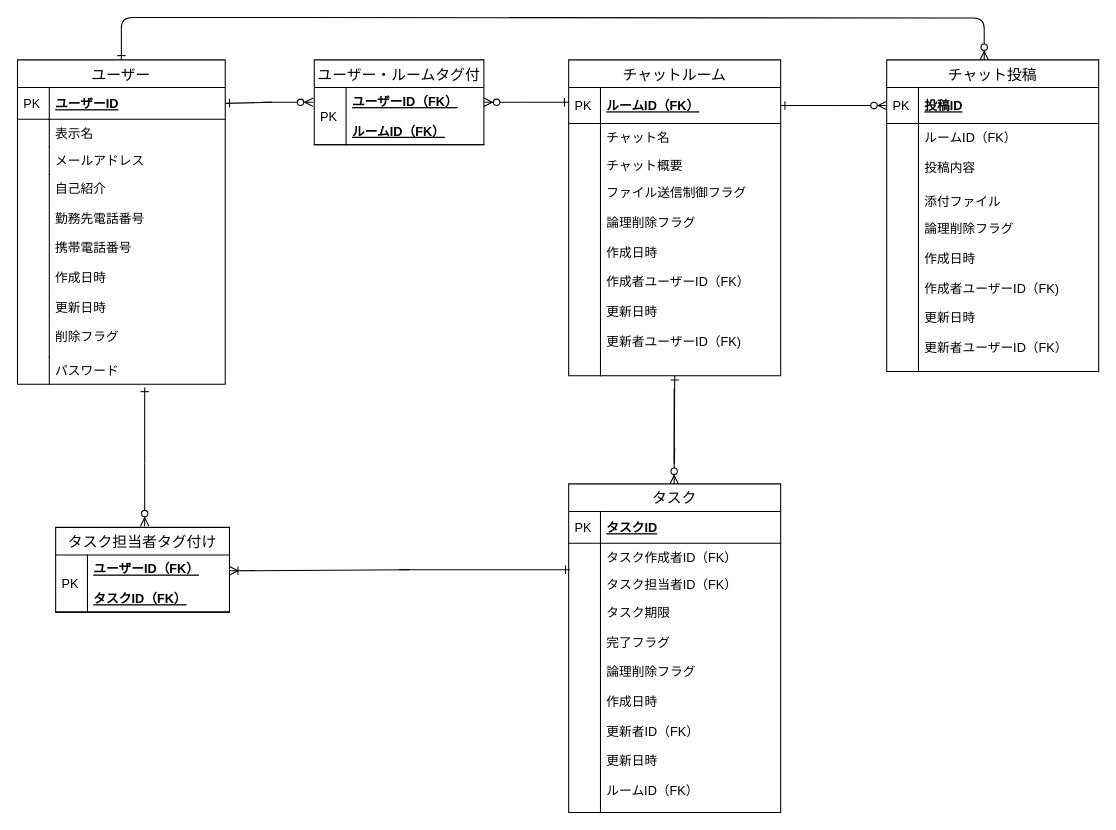
Earlier version of the draw.io diagram db/db-challenge1/chatwork.drawio (Yuta-KTD/quelcode-db). Source tidied: cells renumbered, new cells numbered last; positions are measured from the earlier drawing's top-left corner, leaving out a move shared by most shapes. Both pictures are drawn from the tidied source at 106%, with x=0, y=0 at pixel (17, 17).
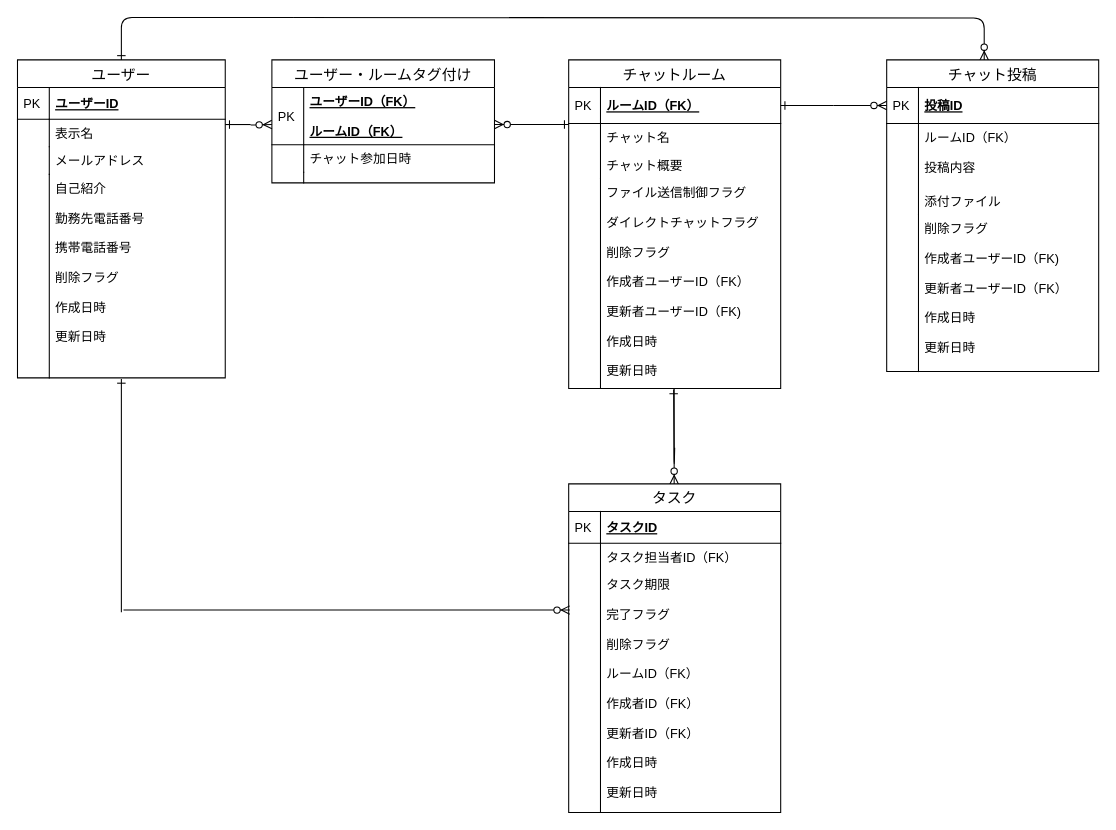
After the change.

Commit message:
指摘事項の修正を行いました。

Unchanged cells that the change refers to:
```xml
<mxCell id="12" value="チャット投稿" style="swimlane;fontStyle=0;horizontal=1;startSize=26;align=center;fontSize=14;" parent="1" vertex="1">
  <mxGeometry x="820" y="40" width="200" height="294" as="geometry" />
</mxCell>
<mxCell id="34" value="ユーザーID" style="shape=partialRectangle;top=0;left=0;right=0;bottom=1;align=left;verticalAlign=middle;fillColor=none;spacingLeft=34;spacingRight=4;overflow=hidden;points=[[0,0.5],[1,0.5]];portConstraint=eastwest;fontStyle=5;fontSize=12;" parent="33" vertex="1">
  <mxGeometry y="26" width="196" height="30" as="geometry" />
</mxCell>
<mxCell id="44" value="タスク" style="swimlane;fontStyle=0;horizontal=1;startSize=26;align=center;fontSize=14;" parent="1" vertex="1">
  <mxGeometry x="520" y="440" width="200" height="310" as="geometry" />
</mxCell>
```

Change to the diagram source:
```diff
@@
     <mxCell id="3" style="fontSize=12;html=1;endArrow=ERone;endFill=1;" parent="1" edge="1">
       <mxGeometry relative="1" as="geometry">
         <mxPoint x="620" y="406" as="sourcePoint" />
-        <mxPoint x="620" y="338" as="targetPoint" />
+        <mxPoint x="619" y="351" as="targetPoint" />
         <Array as="points">
           <mxPoint x="619.5" y="426" />
         </Array>
       </mxGeometry>
     </mxCell>
@@
-    <mxCell id="6" style="fontSize=12;html=1;endArrow=ERone;endFill=1;entryX=1;entryY=0.5;entryDx=0;entryDy=0;" parent="1" edge="1" target="34">
+    <mxCell id="6" style="fontSize=12;html=1;endArrow=ERone;endFill=1;" parent="1" edge="1">
       <mxGeometry relative="1" as="geometry">
-        <mxPoint x="240" y="80" as="sourcePoint" />
+        <mxPoint x="220" y="101" as="sourcePoint" />
+        <mxPoint x="196" y="101" as="targetPoint" />
       </mxGeometry>
     </mxCell>
     <mxCell id="7" style="fontSize=12;html=1;endArrow=ERzeroToMany;endFill=1;" parent="1" edge="1">
       <mxGeometry relative="1" as="geometry">
-        <mxPoint x="230" y="80" as="sourcePoint" />
-        <mxPoint x="279" y="80" as="targetPoint" />
+        <mxPoint x="220" y="101.5" as="sourcePoint" />
+        <mxPoint x="240" y="101" as="targetPoint" />
       </mxGeometry>
     </mxCell>
     <mxCell id="8" style="edgeStyle=orthogonalEdgeStyle;fontSize=12;html=1;endArrow=ERzeroToMany;endFill=1;" parent="1" edge="1">
       <mxGeometry relative="1" as="geometry">
-        <mxPoint x="480" y="80" as="sourcePoint" />
-        <mxPoint x="440" y="80" as="targetPoint" />
+        <mxPoint x="490" y="101" as="sourcePoint" />
+        <mxPoint x="450" y="101" as="targetPoint" />
       </mxGeometry>
     </mxCell>
     <mxCell id="9" style="fontSize=12;html=1;endArrow=ERone;endFill=1;" parent="1" edge="1">
       <mxGeometry relative="1" as="geometry">
-        <mxPoint x="480" y="80" as="sourcePoint" />
-        <mxPoint x="520" y="80" as="targetPoint" />
+        <mxPoint x="480" y="101" as="sourcePoint" />
+        <mxPoint x="520" y="101" as="targetPoint" />
       </mxGeometry>
     </mxCell>
@@
-    <mxCell id="19" value="論理削除フラグ&#10;&#10;作成日時&#10;&#10;作成者ユーザーID（FK)&#10;&#10;更新日時&#10;&#10;更新者ユーザーID（FK）" style="shape=partialRectangle;top=0;left=0;right=0;bottom=0;align=left;verticalAlign=top;fillColor=none;spacingLeft=34;spacingRight=4;overflow=hidden;fontSize=12;" parent="12" vertex="1">
+    <mxCell id="19" value="削除フラグ&#10;&#10;作成者ユーザーID（FK)&#10;&#10;更新者ユーザーID（FK）&#10;&#10;作成日時&#10;&#10;更新日時&#10;&#10;" style="shape=partialRectangle;top=0;left=0;right=0;bottom=0;align=left;verticalAlign=top;fillColor=none;spacingLeft=34;spacingRight=4;overflow=hidden;fontSize=12;" parent="12" vertex="1">
       <mxGeometry y="146" width="200" height="148" as="geometry" />
     </mxCell>
@@
     <mxCell id="21" value="チャットルーム" style="swimlane;fontStyle=0;horizontal=1;startSize=26;align=center;fontSize=14;" parent="1" vertex="1">
-      <mxGeometry x="520" y="40" width="200" height="298" as="geometry" />
+      <mxGeometry x="520" y="40" width="200" height="310" as="geometry" />
     </mxCell>
@@
-    <mxCell id="28" value="ファイル送信制御フラグ&#10;&#10;論理削除フラグ&#10;&#10;作成日時&#10;&#10;作成者ユーザーID（FK）&#10;&#10;更新日時&#10;&#10;更新者ユーザーID（FK)" style="shape=partialRectangle;top=0;left=0;right=0;bottom=0;align=left;verticalAlign=top;fillColor=none;spacingLeft=34;spacingRight=4;overflow=hidden;fontSize=12;" parent="21" vertex="1">
-      <mxGeometry y="112" width="200" height="186" as="geometry" />
+    <mxCell id="28" value="ファイル送信制御フラグ&#10;&#10;ダイレクトチャットフラグ&#10;&#10;削除フラグ&#10;&#10;作成者ユーザーID（FK）&#10;&#10;更新者ユーザーID（FK)&#10;&#10;作成日時&#10;&#10;更新日時&#10;&#10;" style="shape=partialRectangle;top=0;left=0;right=0;bottom=0;align=left;verticalAlign=top;fillColor=none;spacingLeft=34;spacingRight=4;overflow=hidden;fontSize=12;" parent="21" vertex="1">
+      <mxGeometry y="112" width="200" height="198" as="geometry" />
     </mxCell>
     <mxCell id="29" style="shape=partialRectangle;top=0;left=0;bottom=0;fillColor=none;align=left;verticalAlign=top;spacingLeft=4;spacingRight=4;overflow=hidden;fontSize=12;" parent="28" vertex="1">
-      <mxGeometry width="30" height="186" as="geometry" />
+      <mxGeometry width="30" height="198" as="geometry" />
     </mxCell>
-    <mxCell id="30" value="ユーザー・ルームタグ付" style="swimlane;fontStyle=0;horizontal=1;startSize=26;align=center;fontSize=14;" parent="1" vertex="1">
-      <mxGeometry x="280" y="40" width="160" height="80" as="geometry" />
-    </mxCell>
-    <mxCell id="31" value="ユーザーID（FK）&#10;&#10;ルームID（FK）" style="shape=partialRectangle;top=0;left=0;right=0;bottom=1;align=left;verticalAlign=middle;fillColor=none;spacingLeft=34;spacingRight=4;overflow=hidden;fontStyle=5;fontSize=12;" parent="30" vertex="1">
-      <mxGeometry y="26" width="160" height="54" as="geometry" />
-    </mxCell>
-    <mxCell id="32" value="PK" style="shape=partialRectangle;top=0;left=0;bottom=0;fillColor=none;align=left;verticalAlign=middle;spacingLeft=4;spacingRight=4;overflow=hidden;fontSize=12;" parent="31" vertex="1">
-      <mxGeometry width="30" height="54" as="geometry" />
-    </mxCell>
     <mxCell id="33" value="ユーザー" style="swimlane;fontStyle=0;horizontal=1;startSize=26;align=center;fontSize=14;" parent="1" vertex="1">
-      <mxGeometry y="40" width="196" height="306" as="geometry" />
+      <mxGeometry y="40" width="196" height="300" as="geometry" />
     </mxCell>
@@
-    <mxCell id="40" value="自己紹介&#10;&#10;勤務先電話番号&#10;&#10;携帯電話番号&#10;&#10;作成日時&#10;&#10;更新日時&#10;&#10;削除フラグ" style="shape=partialRectangle;top=0;left=0;right=0;bottom=0;align=left;verticalAlign=top;fillColor=none;spacingLeft=34;spacingRight=4;overflow=hidden;fontSize=12;" parent="33" vertex="1">
-      <mxGeometry y="108" width="196" height="172" as="geometry" />
+    <mxCell id="40" value="自己紹介&#10;&#10;勤務先電話番号&#10;&#10;携帯電話番号&#10;&#10;削除フラグ&#10;&#10;作成日時&#10;&#10;更新日時&#10;&#10;" style="shape=partialRectangle;top=0;left=0;right=0;bottom=0;align=left;verticalAlign=top;fillColor=none;spacingLeft=34;spacingRight=4;overflow=hidden;fontSize=12;" parent="33" vertex="1">
+      <mxGeometry y="108" width="196" height="192" as="geometry" />
     </mxCell>
     <mxCell id="41" style="shape=partialRectangle;top=0;left=0;bottom=0;fillColor=none;align=left;verticalAlign=top;spacingLeft=4;spacingRight=4;overflow=hidden;fontSize=12;" parent="40" vertex="1">
-      <mxGeometry width="30" height="172" as="geometry" />
+      <mxGeometry width="30" height="192" as="geometry" />
     </mxCell>
-    <mxCell id="42" value="パスワード" style="shape=partialRectangle;top=0;left=0;right=0;bottom=0;align=left;verticalAlign=top;fillColor=none;spacingLeft=34;spacingRight=4;overflow=hidden;fontSize=12;" parent="33" vertex="1">
-      <mxGeometry y="280" width="196" height="26" as="geometry" />
-    </mxCell>
-    <mxCell id="43" style="shape=partialRectangle;top=0;left=0;bottom=0;fillColor=none;align=left;verticalAlign=top;spacingLeft=4;spacingRight=4;overflow=hidden;fontSize=12;" parent="42" vertex="1">
-      <mxGeometry width="30" height="26" as="geometry" />
-    </mxCell>
@@
-    <mxCell id="47" value="タスク作成者ID（FK）" style="shape=partialRectangle;top=0;left=0;right=0;bottom=0;align=left;verticalAlign=top;fillColor=none;spacingLeft=34;spacingRight=4;overflow=hidden;points=[[0,0.5],[1,0.5]];portConstraint=eastwest;fontSize=12;" parent="44" vertex="1">
-      <mxGeometry y="56" width="200" height="26" as="geometry" />
-    </mxCell>
-    <mxCell id="48" style="shape=partialRectangle;top=0;left=0;bottom=0;fillColor=none;align=left;verticalAlign=top;spacingLeft=4;spacingRight=4;overflow=hidden;fontSize=12;" parent="47" vertex="1">
-      <mxGeometry width="30" height="26" as="geometry" />
-    </mxCell>
     <mxCell id="49" value="タスク担当者ID（FK）" style="shape=partialRectangle;top=0;left=0;right=0;bottom=0;align=left;verticalAlign=top;fillColor=none;spacingLeft=34;spacingRight=4;overflow=hidden;fontSize=12;" parent="44" vertex="1">
-      <mxGeometry y="82" width="200" height="26" as="geometry" />
+      <mxGeometry y="56" width="200" height="26" as="geometry" />
     </mxCell>
@@
-    <mxCell id="51" value="タスク期限&#10;&#10;完了フラグ&#10;&#10;論理削除フラグ&#10;&#10;作成日時&#10;&#10;更新者ID（FK）&#10;&#10;更新日時&#10;&#10;ルームID（FK）" style="shape=partialRectangle;top=0;left=0;right=0;bottom=0;align=left;verticalAlign=top;fillColor=none;spacingLeft=34;spacingRight=4;overflow=hidden;points=[[0,0.5],[1,0.5]];portConstraint=eastwest;fontSize=12;" parent="44" vertex="1">
-      <mxGeometry y="108" width="200" height="192" as="geometry" />
+    <mxCell id="51" value="タスク期限&#10;&#10;完了フラグ&#10;&#10;削除フラグ&#10;&#10;ルームID（FK）&#10;&#10;作成者ID（FK）&#10;&#10;更新者ID（FK）&#10;&#10;作成日時&#10;&#10;更新日時" style="shape=partialRectangle;top=0;left=0;right=0;bottom=0;align=left;verticalAlign=top;fillColor=none;spacingLeft=34;spacingRight=4;overflow=hidden;points=[[0,0.5],[1,0.5]];portConstraint=eastwest;fontSize=12;" parent="44" vertex="1">
+      <mxGeometry y="82" width="200" height="218" as="geometry" />
     </mxCell>
     <mxCell id="52" style="shape=partialRectangle;top=0;left=0;bottom=0;fillColor=none;align=left;verticalAlign=top;spacingLeft=4;spacingRight=4;overflow=hidden;fontSize=12;" parent="51" vertex="1">
-      <mxGeometry width="30" height="192" as="geometry" />
+      <mxGeometry width="30" height="218" as="geometry" />
     </mxCell>
@@
-    <mxCell id="55" value="タスク担当者タグ付け" style="swimlane;fontStyle=0;horizontal=1;startSize=26;align=center;fontSize=14;" parent="1" vertex="1">
-      <mxGeometry x="36" y="481" width="164" height="80" as="geometry" />
-    </mxCell>
-    <mxCell id="56" value="ユーザーID（FK）&#10;&#10;タスクID（FK）" style="shape=partialRectangle;top=0;left=0;right=0;bottom=1;align=left;verticalAlign=middle;fillColor=none;spacingLeft=34;spacingRight=4;overflow=hidden;fontStyle=5;fontSize=12;" parent="55" vertex="1">
-      <mxGeometry y="26" width="164" height="54" as="geometry" />
-    </mxCell>
-    <mxCell id="57" value="PK" style="shape=partialRectangle;top=0;left=0;bottom=0;fillColor=none;align=left;verticalAlign=middle;spacingLeft=4;spacingRight=4;overflow=hidden;fontSize=12;" parent="56" vertex="1">
-      <mxGeometry width="30" height="54" as="geometry" />
-    </mxCell>
-    <mxCell id="58" style="fontSize=12;html=1;endArrow=ERzeroToMany;endFill=1;" parent="1" edge="1">
+    <mxCell id="58" style="fontSize=12;html=1;endArrow=ERzeroToMany;endFill=1;entryX=0.005;entryY=0.17;entryDx=0;entryDy=0;entryPerimeter=0;" parent="1" edge="1" target="51">
       <mxGeometry relative="1" as="geometry">
-        <mxPoint x="120" y="421" as="sourcePoint" />
-        <mxPoint x="120" y="480" as="targetPoint" />
+        <mxPoint x="100" y="559" as="sourcePoint" />
       </mxGeometry>
     </mxCell>
     <mxCell id="59" style="fontSize=12;html=1;endArrow=ERone;endFill=1;" parent="1" edge="1">
       <mxGeometry relative="1" as="geometry">
-        <mxPoint x="120" y="421" as="sourcePoint" />
-        <mxPoint x="120" y="349" as="targetPoint" />
+        <mxPoint x="98" y="561" as="sourcePoint" />
+        <mxPoint x="98" y="341" as="targetPoint" />
       </mxGeometry>
     </mxCell>
-    <mxCell id="60" style="fontSize=12;html=1;endArrow=ERoneToMany;" parent="1" edge="1">
-      <mxGeometry relative="1" as="geometry">
-        <mxPoint x="370" y="521" as="sourcePoint" />
-        <mxPoint x="200" y="522" as="targetPoint" />
-      </mxGeometry>
-    </mxCell>
-    <mxCell id="61" style="edgeStyle=entityRelationEdgeStyle;fontSize=12;html=1;endArrow=ERone;endFill=1;entryX=0.005;entryY=0.962;entryDx=0;entryDy=0;entryPerimeter=0;" parent="1" edge="1" target="47">
-      <mxGeometry relative="1" as="geometry">
-        <mxPoint x="360" y="521" as="sourcePoint" />
-      </mxGeometry>
-    </mxCell>
+    <mxCell id="62" value="ユーザー・ルームタグ付け" style="swimlane;fontStyle=0;horizontal=1;startSize=26;align=center;fontSize=14;" parent="1" vertex="1">
+      <mxGeometry x="240" y="40" width="210" height="116" as="geometry" />
+    </mxCell>
+    <mxCell id="31" value="ユーザーID（FK）&#10;&#10;ルームID（FK）" style="shape=partialRectangle;top=0;left=0;right=0;bottom=1;align=left;verticalAlign=middle;fillColor=none;spacingLeft=34;spacingRight=4;overflow=hidden;fontStyle=5;fontSize=12;" parent="62" vertex="1">
+      <mxGeometry y="26" width="210" height="54" as="geometry" />
+    </mxCell>
+    <mxCell id="63" value="PK" style="shape=partialRectangle;top=0;left=0;bottom=0;fillColor=none;align=left;verticalAlign=middle;spacingLeft=4;spacingRight=4;overflow=hidden;fontSize=12;" parent="31" vertex="1">
+      <mxGeometry width="30" height="54" as="geometry" />
+    </mxCell>
+    <mxCell id="64" value="チャット参加日時" style="shape=partialRectangle;top=0;left=0;right=0;bottom=0;align=left;verticalAlign=top;fillColor=none;spacingLeft=34;spacingRight=4;overflow=hidden;fontSize=12;" parent="62" vertex="1">
+      <mxGeometry y="80" width="210" height="26" as="geometry" />
+    </mxCell>
+    <mxCell id="65" style="shape=partialRectangle;top=0;left=0;bottom=0;fillColor=none;align=left;verticalAlign=top;spacingLeft=4;spacingRight=4;overflow=hidden;fontSize=12;" parent="64" vertex="1">
+      <mxGeometry width="30" height="26" as="geometry" />
+    </mxCell>
+    <mxCell id="66" style="shape=partialRectangle;top=0;left=0;right=0;bottom=0;align=left;verticalAlign=top;fillColor=none;spacingLeft=34;spacingRight=4;overflow=hidden;fontSize=12;" parent="62" vertex="1">
+      <mxGeometry y="106" width="210" height="10" as="geometry" />
+    </mxCell>
+    <mxCell id="67" style="shape=partialRectangle;top=0;left=0;bottom=0;fillColor=none;align=left;verticalAlign=top;spacingLeft=4;spacingRight=4;overflow=hidden;fontSize=12;" parent="66" vertex="1">
+      <mxGeometry width="30" height="10" as="geometry" />
+    </mxCell>
```
